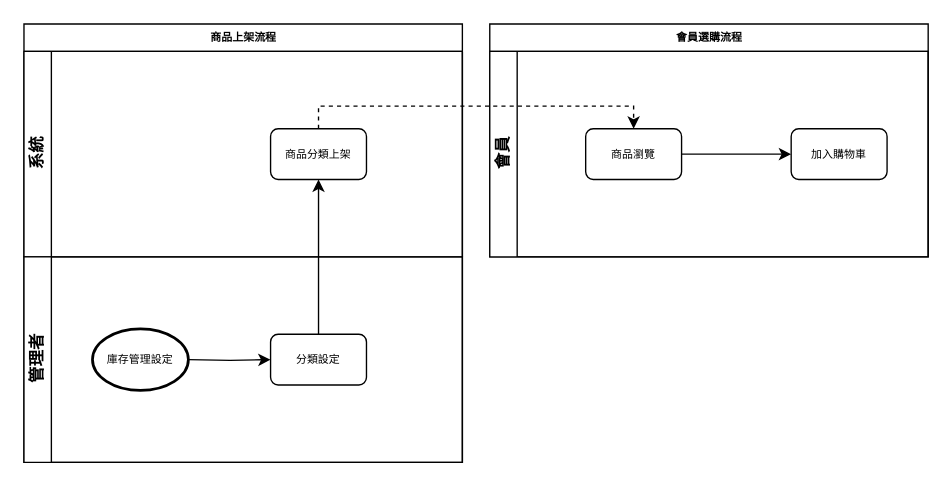
Above: page "會員購買流程" (3 of 8) of 系統規劃/購物網系統流程.drawio in Shenyoyo/ShoppingWeb (draw.io), before the change. Source tidied: cells renumbered, new cells numbered last; positions are measured from the earlier drawing's top-left corner, leaving out a move shared by most shapes. Both pictures are drawn from the tidied source at 137%, with x=0, y=0 at pixel (23, 23).
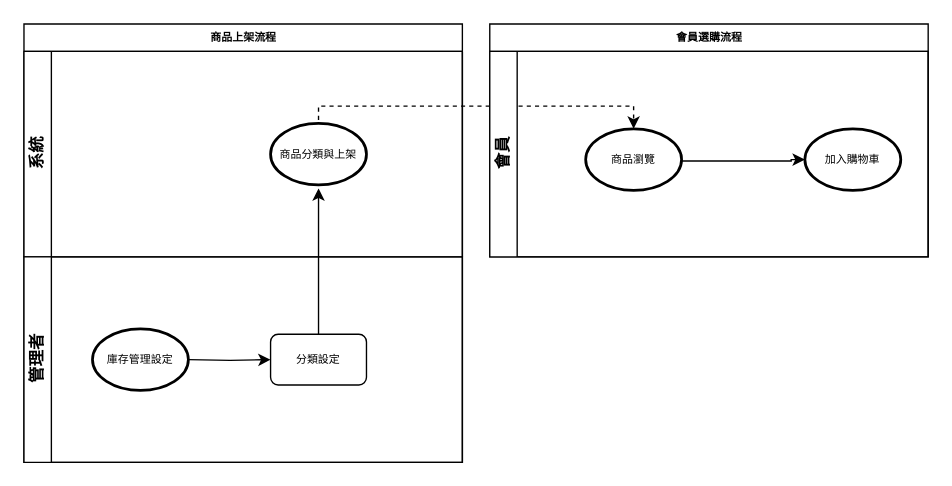
The same diagram, later.

Unchanged cells that the change refers to:
```xml
<mxCell id="3" value="會員" style="swimlane;html=1;startSize=20;horizontal=0;flipV=0;" parent="2" vertex="1">
  <mxGeometry y="20" width="320" height="150" as="geometry" />
</mxCell>
<mxCell id="7" value="商品上架流程" style="swimlane;html=1;horizontal=1;startSize=20;rounded=0;shadow=0;labelBackgroundColor=none;strokeWidth=1;fontFamily=Verdana;fontSize=8;align=center;" parent="1" vertex="1">
  <mxGeometry width="320" height="320" as="geometry" />
</mxCell>
<mxCell id="8" value="系統" style="swimlane;html=1;startSize=20;horizontal=0;" parent="7" vertex="1">
  <mxGeometry y="20" width="320" height="150" as="geometry" />
</mxCell>
<mxCell id="13" value="分類設定" style="rounded=1;whiteSpace=wrap;html=1;shadow=0;labelBackgroundColor=none;strokeWidth=1;fontFamily=Verdana;fontSize=8;align=center;" parent="10" vertex="1">
  <mxGeometry x="180" y="56.5" width="70" height="37" as="geometry" />
</mxCell>
```

Diff of the diagram source:
```diff
@@
+    <mxCell id="15" style="edgeStyle=orthogonalEdgeStyle;rounded=0;orthogonalLoop=1;jettySize=auto;html=1;dashed=1;fontSize=8;" parent="1" edge="1">
+      <mxGeometry relative="1" as="geometry">
+        <mxPoint x="215" y="70" as="sourcePoint" />
+        <mxPoint x="445" y="76.5" as="targetPoint" />
+        <Array as="points">
+          <mxPoint x="215" y="60" />
+          <mxPoint x="445" y="60" />
+        </Array>
+      </mxGeometry>
+    </mxCell>
@@
-    <mxCell id="4" style="edgeStyle=orthogonalEdgeStyle;rounded=0;jettySize=auto;html=1;entryX=0;entryY=0.5;entryDx=0;entryDy=0;" parent="3" edge="1" source="5" target="6">
-      <mxGeometry relative="1" as="geometry" />
+    <mxCell id="4" style="edgeStyle=orthogonalEdgeStyle;rounded=0;orthogonalLoop=1;jettySize=auto;html=1;entryX=0;entryY=0.5;entryDx=0;entryDy=0;" parent="3" edge="1">
+      <mxGeometry relative="1" as="geometry">
+        <mxPoint x="140" y="75" as="sourcePoint" />
+        <mxPoint x="230" y="79" as="targetPoint" />
+        <Array as="points">
+          <mxPoint x="140" y="80" />
+          <mxPoint x="220" y="80" />
+        </Array>
+      </mxGeometry>
     </mxCell>
-    <mxCell id="5" value="商品瀏覽" style="rounded=1;whiteSpace=wrap;html=1;shadow=0;labelBackgroundColor=none;strokeWidth=1;fontFamily=Verdana;fontSize=8;align=center;" parent="3" vertex="1">
-      <mxGeometry x="70" y="56.5" width="70" height="37" as="geometry" />
+    <mxCell id="5" value="&lt;span style=&quot;font-family: &amp;#34;verdana&amp;#34;&quot;&gt;商品瀏覽&lt;/span&gt;" style="strokeWidth=2;html=1;shape=mxgraph.flowchart.start_1;whiteSpace=wrap;fontSize=8;" parent="3" vertex="1">
+      <mxGeometry x="70" y="56.5" width="70" height="45" as="geometry" />
     </mxCell>
-    <mxCell id="6" value="加入購物車" style="rounded=1;whiteSpace=wrap;html=1;shadow=0;labelBackgroundColor=none;strokeWidth=1;fontFamily=Verdana;fontSize=8;align=center;" parent="3" vertex="1">
-      <mxGeometry x="220" y="56.5" width="70" height="37" as="geometry" />
+    <mxCell id="6" value="&lt;span style=&quot;font-family: &amp;#34;verdana&amp;#34;&quot;&gt;加入購物車&lt;/span&gt;" style="strokeWidth=2;html=1;shape=mxgraph.flowchart.start_1;whiteSpace=wrap;fontSize=8;" parent="3" vertex="1">
+      <mxGeometry x="230" y="56.5" width="70" height="45" as="geometry" />
     </mxCell>
@@
-    <mxCell id="9" value="商品分類上架" style="rounded=1;whiteSpace=wrap;html=1;shadow=0;labelBackgroundColor=none;strokeWidth=1;fontFamily=Verdana;fontSize=8;align=center;" parent="8" vertex="1">
-      <mxGeometry x="180" y="56.5" width="70" height="37" as="geometry" />
-    </mxCell>
+    <mxCell id="16" value="&lt;span style=&quot;font-family: &amp;#34;verdana&amp;#34;&quot;&gt;商品分類與上架&lt;/span&gt;" style="strokeWidth=2;html=1;shape=mxgraph.flowchart.start_1;whiteSpace=wrap;fontSize=8;" parent="8" vertex="1">
+      <mxGeometry x="180" y="52.5" width="70" height="45" as="geometry" />
+    </mxCell>
@@
-    <mxCell id="14" style="edgeStyle=orthogonalEdgeStyle;rounded=0;jettySize=auto;html=1;entryX=0.5;entryY=1;entryDx=0;entryDy=0;" parent="7" edge="1" source="13" target="9">
-      <mxGeometry relative="1" as="geometry" />
+    <mxCell id="14" style="edgeStyle=orthogonalEdgeStyle;rounded=0;jettySize=auto;html=1;" parent="7" edge="1" source="13">
+      <mxGeometry relative="1" as="geometry">
+        <mxPoint x="215" y="120" as="targetPoint" />
+      </mxGeometry>
     </mxCell>
-    <mxCell id="15" style="edgeStyle=orthogonalEdgeStyle;rounded=0;jettySize=auto;html=1;dashed=1;fontSize=8;" parent="1" edge="1" source="9" target="5">
-      <mxGeometry relative="1" as="geometry">
-        <Array as="points">
-          <mxPoint x="215" y="60" />
-          <mxPoint x="445" y="60" />
-        </Array>
-      </mxGeometry>
-    </mxCell>
```
